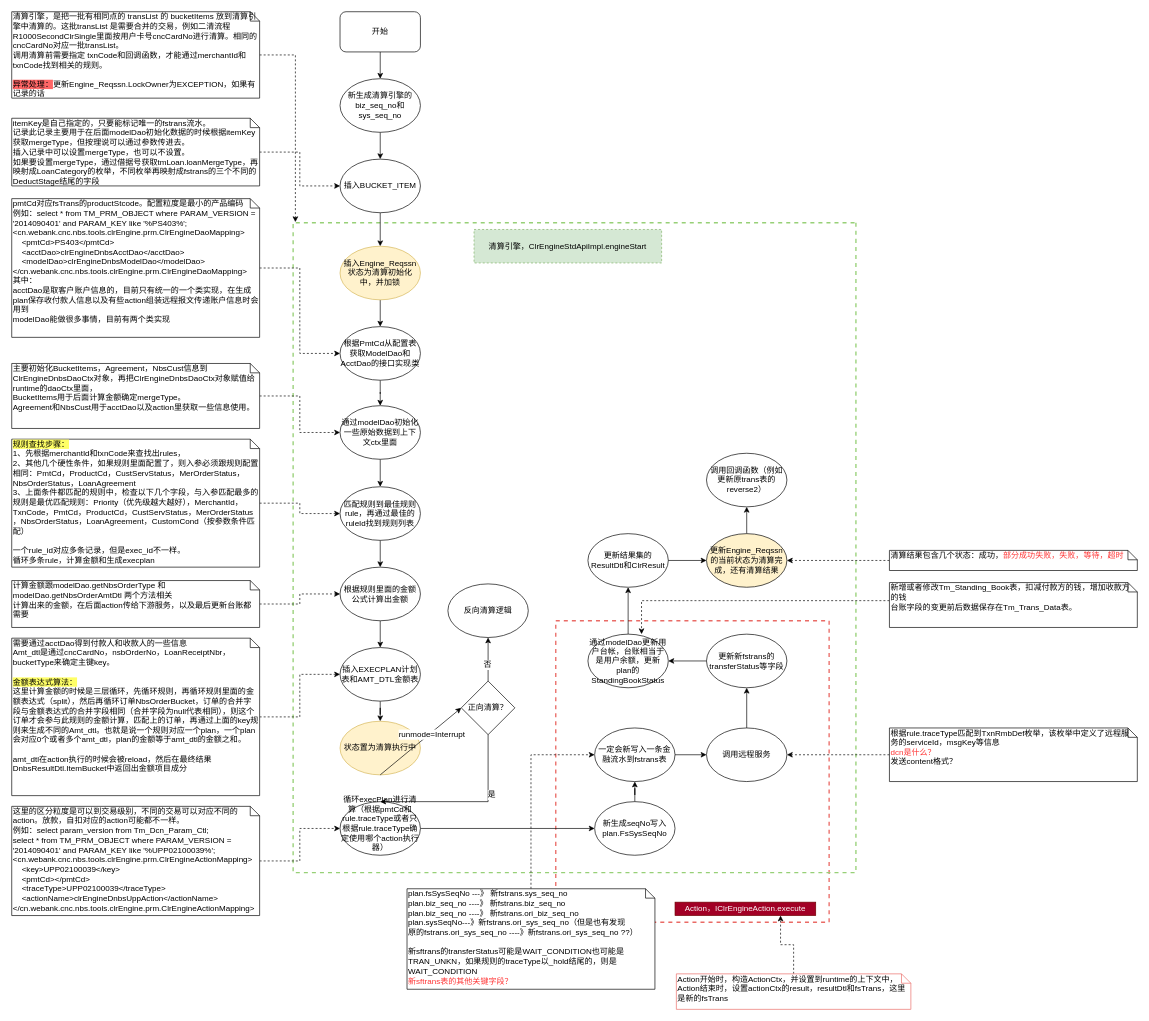
Earlier version of the draw.io diagram 清算引擎.drawio (staconfree/design). Source tidied: cells renumbered, new cells numbered last; positions are measured from the earlier drawing's top-left corner, leaving out a move shared by most shapes. Both pictures are drawn from the tidied source at 67%, with x=0, y=0 at pixel (11, 11).
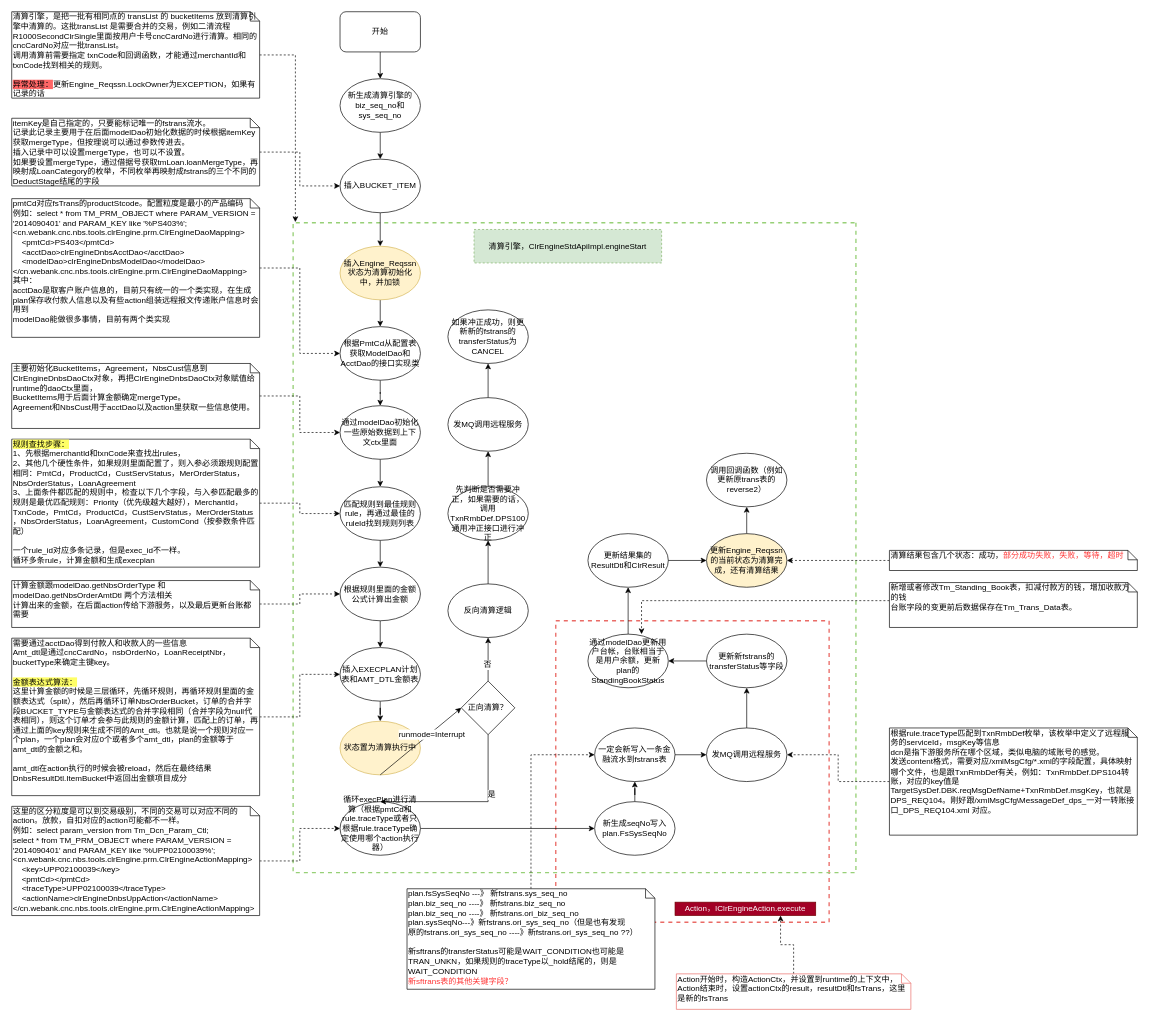
The same page after the edit.

Commit message:
更新清算引擎.drawio

Unchanged cells that the change refers to:
```xml
<mxCell id="54" value="反向清算逻辑" style="ellipse;whiteSpace=wrap;html=1;fillColor=none;" parent="1" vertex="1">
  <mxGeometry x="651" y="854" width="120" height="80" as="geometry" />
</mxCell>
```

Change to the diagram source:
```diff
@@
-    <mxCell id="36" value="调用远程服务" style="ellipse;whiteSpace=wrap;html=1;" parent="1" vertex="1">
+    <mxCell id="36" value="发MQ调用远程服务" style="ellipse;whiteSpace=wrap;html=1;" parent="1" vertex="1">
       <mxGeometry x="1037" y="1069" width="120" height="80" as="geometry" />
     </mxCell>
@@
+    <mxCell id="76" style="edgeStyle=orthogonalEdgeStyle;rounded=0;jettySize=auto;html=1;" parent="1" edge="1" source="54" target="78">
+      <mxGeometry relative="1" as="geometry" />
+    </mxCell>
@@
-    <mxCell id="61" value="需要通过acctDao得到付款人和收款人的一些信息&lt;br&gt;&lt;div&gt;Amt_dtl是通过cncCardNo，nsbOrderNo，LoanReceiptNbr，bucketType来确定主键key。&lt;/div&gt;&lt;div&gt;&lt;br&gt;&lt;/div&gt;&lt;div&gt;&lt;span style=&quot;background-color: rgb(255 , 255 , 102)&quot;&gt;金额表达式算法：&lt;/span&gt;&lt;br&gt;&lt;/div&gt;&lt;div&gt;这里计算金额的时候是三层循环，先循环规则，再循环规则里面的金额表达式（split），然后再循环订单NbsOrderBucket，订单的合并字段与金额表达式的合并字段相同（合并字段为null代表相同），则这个订单才会参与此规则的金额计算，匹配上的订单，再通过上面的key规则来生成不同的Amt_dtl。也就是说一个规则对应一个plan，一个plan会对应0个或者多个amt_dtl，plan的金额等于amt_dtl的金额之和。&lt;/div&gt;&lt;div&gt;&lt;br&gt;&lt;/div&gt;&lt;div&gt;amt_dtl在action执行的时候会被reload，然后在最终结果DnbsResultDtl.ItemBucket中返回出金额项目成分&lt;br&gt;&lt;/div&gt;&lt;div&gt;&lt;br&gt;&lt;/div&gt;" style="shape=note;whiteSpace=wrap;html=1;size=14;verticalAlign=top;align=left;spacingTop=-6;" parent="1" vertex="1">
+    <mxCell id="61" value="需要通过acctDao得到付款人和收款人的一些信息&lt;br&gt;&lt;div&gt;Amt_dtl是通过cncCardNo，nsbOrderNo，LoanReceiptNbr，bucketType来确定主键key。&lt;/div&gt;&lt;div&gt;&lt;br&gt;&lt;/div&gt;&lt;div&gt;&lt;span style=&quot;background-color: rgb(255 , 255 , 102)&quot;&gt;金额表达式算法：&lt;/span&gt;&lt;br&gt;&lt;/div&gt;&lt;div&gt;这里计算金额的时候是三层循环，先循环规则，再循环规则里面的金额表达式（split），然后再循环订单NbsOrderBucket，订单的合并字段BUCKET_TYPE与金额表达式的合并字段相同（合并字段为null代表相同），则这个订单才会参与此规则的金额计算，匹配上的订单，再通过上面的key规则来生成不同的Amt_dtl。也就是说一个规则对应一个plan，一个plan会对应0个或者多个amt_dtl，plan的金额等于amt_dtl的金额之和。&lt;/div&gt;&lt;div&gt;&lt;br&gt;&lt;/div&gt;&lt;div&gt;amt_dtl在action执行的时候会被reload，然后在最终结果DnbsResultDtl.ItemBucket中返回出金额项目成分&lt;br&gt;&lt;/div&gt;&lt;div&gt;&lt;br&gt;&lt;/div&gt;" style="shape=note;whiteSpace=wrap;html=1;size=14;verticalAlign=top;align=left;spacingTop=-6;" parent="1" vertex="1">
       <mxGeometry y="935" width="370" height="235" as="geometry" />
     </mxCell>
@@
-    <mxCell id="75" value="根据rule.traceType匹配到TxnRmbDef枚举，该枚举中定义了远程服务的serviceId，msgKey等信息&lt;br&gt;&lt;div&gt;&lt;font color=&quot;#FF3333&quot;&gt;dcn是什么？&lt;/font&gt;&lt;/div&gt;&lt;div&gt;发送content格式？&lt;br&gt;&lt;/div&gt;" style="shape=note;whiteSpace=wrap;html=1;size=14;verticalAlign=top;align=left;spacingTop=-6;" parent="1" vertex="1">
-      <mxGeometry x="1310" y="1069" width="370" height="80" as="geometry" />
+    <mxCell id="75" value="&lt;div&gt;根据rule.traceType匹配到TxnRmbDef枚举，该枚举中定义了远程服务的serviceId，msgKey等信息&lt;/div&gt;&lt;div&gt;dcn是指下游服务所在哪个区域，类似电脑的域账号的感觉。&lt;/div&gt;&lt;div&gt;发送content格式，需要对应/xmlMsgCfg/*.xml的字段配置，具体映射哪个文件，也是跟TxnRmbDef有关，例如：TxnRmbDef.DPS104转账，对应的key值是TargetSysDef.DBK.reqMsgDefName+TxnRmbDef.msgKey，也就是DPS_REQ104。刚好跟/xmlMsgCfg\MessageDef_dps_一对一转账接口_DPS_REQ104.xml 对应。&lt;br&gt;&lt;/div&gt;" style="shape=note;whiteSpace=wrap;html=1;size=14;verticalAlign=top;align=left;spacingTop=-6;" parent="1" vertex="1">
+      <mxGeometry x="1310" y="1069" width="370" height="160" as="geometry" />
     </mxCell>
+    <mxCell id="77" style="edgeStyle=orthogonalEdgeStyle;rounded=0;jettySize=auto;html=1;" parent="1" edge="1" source="78" target="81">
+      <mxGeometry relative="1" as="geometry" />
+    </mxCell>
+    <mxCell id="78" value="先判断是否需要冲正，如果需要的话，调用TxnRmbDef.DPS100通用冲正接口进行冲正" style="ellipse;whiteSpace=wrap;html=1;fillColor=none;" parent="1" vertex="1">
+      <mxGeometry x="651" y="709" width="120" height="80" as="geometry" />
+    </mxCell>
+    <mxCell id="79" value="如果冲正成功，则更新新的fstrans的transferStatus为CANCEL" style="ellipse;whiteSpace=wrap;html=1;fillColor=none;" parent="1" vertex="1">
+      <mxGeometry x="651" y="445" width="120" height="80" as="geometry" />
+    </mxCell>
+    <mxCell id="80" style="edgeStyle=orthogonalEdgeStyle;rounded=0;jettySize=auto;html=1;" parent="1" edge="1" source="81" target="79">
+      <mxGeometry relative="1" as="geometry" />
+    </mxCell>
+    <mxCell id="81" value="发MQ调用远程服务" style="ellipse;whiteSpace=wrap;html=1;" parent="1" vertex="1">
+      <mxGeometry x="651" y="576" width="120" height="80" as="geometry" />
+    </mxCell>
```
